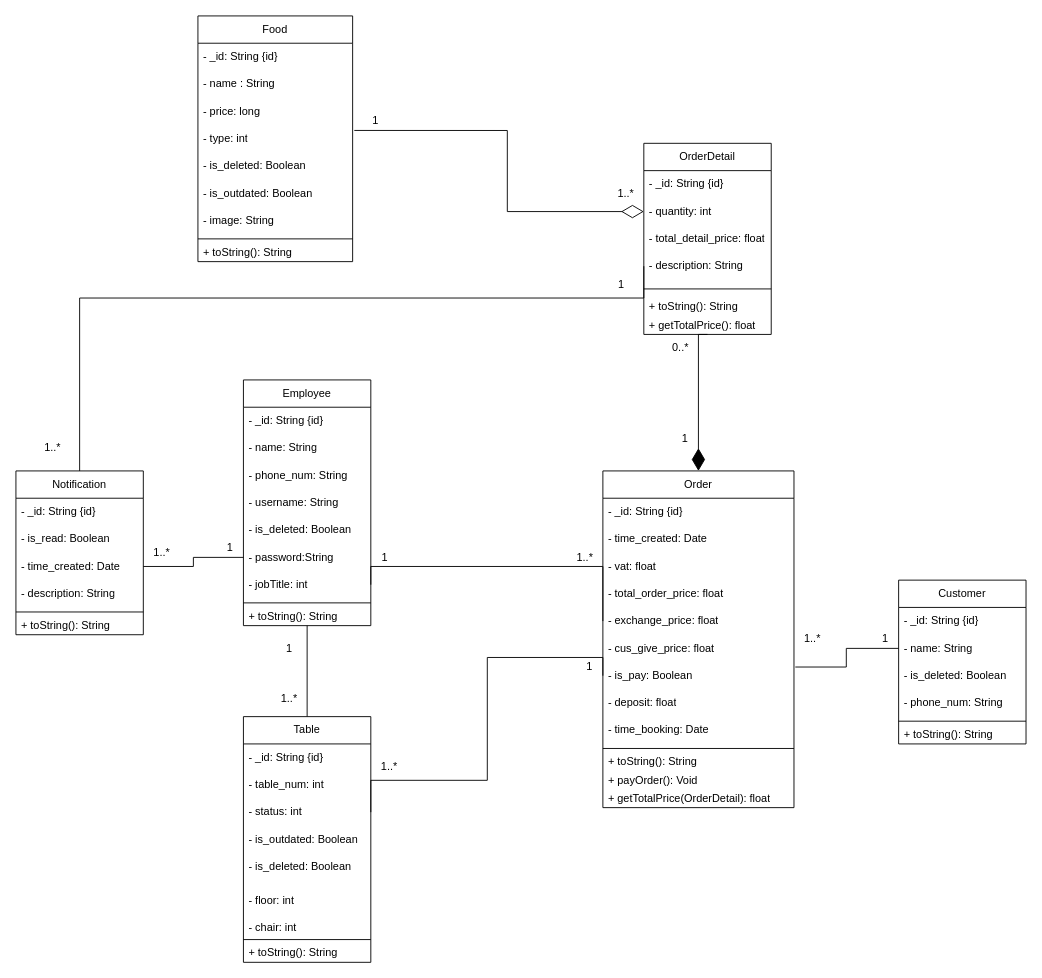
Before: class-diagram.drawio in MaiNhatHoangY2001/HLFood, a draw.io diagram. Source tidied: cells renumbered, new cells numbered last; positions are measured from the earlier drawing's top-left corner, leaving out a move shared by most shapes. Both pictures are drawn from the tidied source at 91%, with x=0, y=0 at pixel (15, 15).
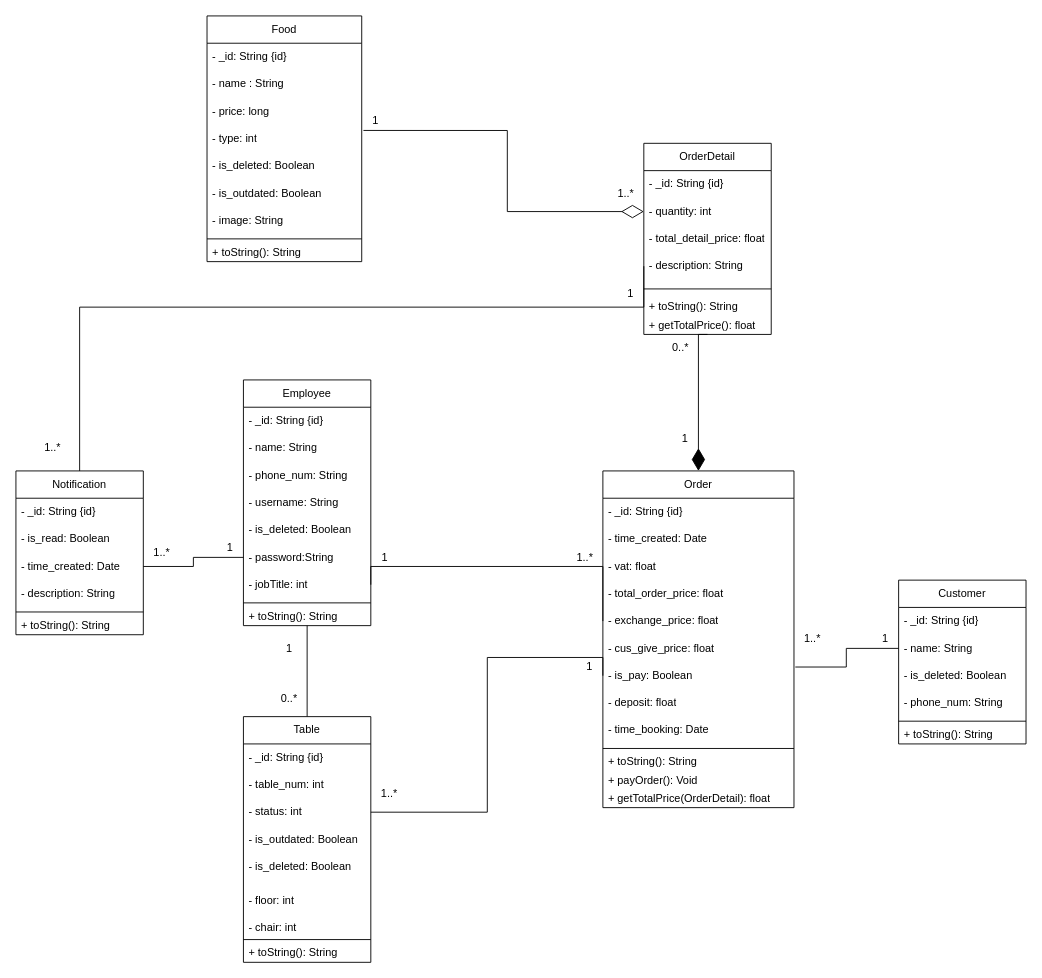
The same page after the edit.

Commit message:
Cập nhật class-diagram.drawio

Unchanged cells that the change refers to:
```xml
<mxCell id="29" value="- is_pay: Boolean" style="text;strokeColor=none;fillColor=none;align=left;verticalAlign=middle;spacingLeft=4;spacingRight=4;overflow=hidden;points=[[0,0.5],[1,0.5]];portConstraint=eastwest;whiteSpace=wrap;html=1;" parent="22" vertex="1">
  <mxGeometry y="210" width="210" height="30" as="geometry" />
</mxCell>
<mxCell id="40" value="- description: String" style="text;strokeColor=none;fillColor=none;align=left;verticalAlign=middle;spacingLeft=4;spacingRight=4;overflow=hidden;points=[[0,0.5],[1,0.5]];portConstraint=eastwest;whiteSpace=wrap;html=1;" parent="36" vertex="1">
  <mxGeometry y="120" width="140" height="30" as="geometry" />
</mxCell>
<mxCell id="65" value="- status: int" style="text;strokeColor=none;fillColor=none;align=left;verticalAlign=middle;spacingLeft=4;spacingRight=4;overflow=hidden;points=[[0,0.5],[1,0.5]];portConstraint=eastwest;whiteSpace=wrap;html=1;" parent="62" vertex="1">
  <mxGeometry y="90" width="140" height="30" as="geometry" />
</mxCell>
<mxCell id="77" value="Notification" style="swimlane;fontStyle=0;horizontal=1;startSize=30;whiteSpace=wrap;html=1;" parent="1" vertex="1">
  <mxGeometry y="500" width="140" height="180" as="geometry" />
</mxCell>
```

Change to the diagram source:
```diff
@@
     <mxCell id="12" value="Food" style="swimlane;fontStyle=0;horizontal=1;startSize=30;whiteSpace=wrap;html=1;" parent="1" vertex="1">
-      <mxGeometry x="200" width="170" height="270" as="geometry" />
+      <mxGeometry x="210" width="170" height="270" as="geometry" />
     </mxCell>
@@
     <mxCell id="60" value="1..*" style="text;html=1;align=center;verticalAlign=middle;strokeColor=none;fillColor=none;" parent="1" vertex="1">
-      <mxGeometry x="390" y="810" width="40" height="30" as="geometry" />
+      <mxGeometry x="390" y="840" width="40" height="30" as="geometry" />
     </mxCell>
@@
-    <mxCell id="72" value="1..*" style="text;html=1;align=center;verticalAlign=middle;strokeColor=none;fillColor=none;" parent="1" vertex="1">
+    <mxCell id="72" value="0..*" style="text;html=1;align=center;verticalAlign=middle;strokeColor=none;fillColor=none;" parent="1" vertex="1">
       <mxGeometry x="280" y="735" width="40" height="30" as="geometry" />
     </mxCell>
@@
     <mxCell id="76" style="edgeStyle=orthogonalEdgeStyle;rounded=0;jettySize=auto;html=1;exitX=0.5;exitY=0;exitDx=0;exitDy=0;entryX=0;entryY=0.5;entryDx=0;entryDy=0;endArrow=none;endFill=0;" parent="1" edge="1" source="77" target="40">
       <mxGeometry relative="1" as="geometry">
         <Array as="points">
-          <mxPoint x="70" y="310" />
-          <mxPoint x="690" y="310" />
+          <mxPoint x="70" y="320" />
+          <mxPoint x="690" y="320" />
         </Array>
       </mxGeometry>
     </mxCell>
@@
     <mxCell id="84" style="edgeStyle=orthogonalEdgeStyle;rounded=0;jettySize=auto;html=1;exitX=1;exitY=0.5;exitDx=0;exitDy=0;entryX=0;entryY=0.5;entryDx=0;entryDy=0;endArrow=none;endFill=0;" parent="1" edge="1" source="65" target="29">
       <mxGeometry relative="1" as="geometry">
         <Array as="points">
-          <mxPoint x="390" y="840" />
-          <mxPoint x="518" y="840" />
+          <mxPoint x="518" y="875" />
           <mxPoint x="518" y="705" />
+          <mxPoint x="645" y="705" />
         </Array>
       </mxGeometry>
     </mxCell>
@@
     <mxCell id="86" value="1" style="text;html=1;align=center;verticalAlign=middle;strokeColor=none;fillColor=none;" parent="1" vertex="1">
-      <mxGeometry x="650" y="280" width="30" height="30" as="geometry" />
+      <mxGeometry x="660" y="290" width="30" height="30" as="geometry" />
     </mxCell>
```
